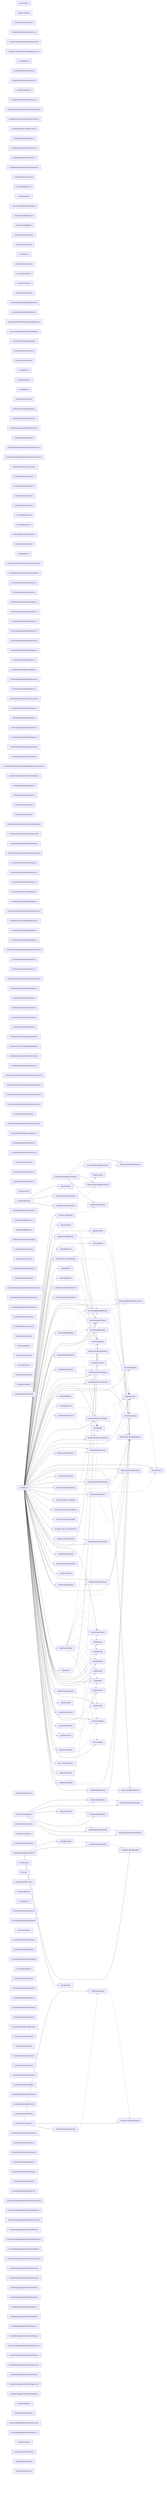
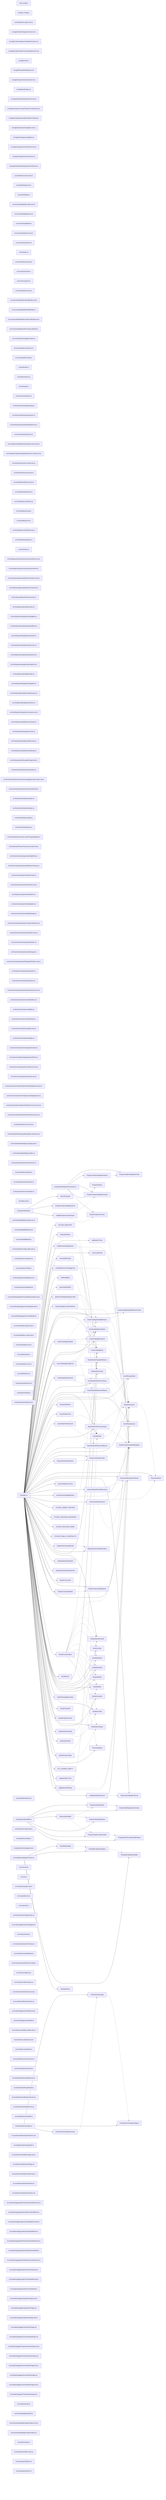
graph LR
  module_knip_config_ts["knip.config.ts"]
  module_paradox_config_ts["paradox.config.ts"]
  module_src_ankhAdmin_public_test_ts["src/ankhAdmin.public.test.ts"]
  module_src_app_CreateCategoriesScreen_tsx["src/app/CreateCategoriesScreen.tsx"]
  module_src_app_CreateCategoryTemplatesScreen_tsx["src/app/CreateCategoryTemplatesScreen.tsx"]
  module_src_app_CreateProjectFromTemplateScreen_tsx["src/app/CreateProjectFromTemplateScreen.tsx"]
  module_src_app_index_ts["src/app/index.ts"]
  module_src_app_ProjectDetailScreen_tsx["src/app/ProjectDetailScreen.tsx"]
  module_src_app_ProjectsOverviewScreen_tsx["src/app/ProjectsOverviewScreen.tsx"]
  module_src_app_StudioApp_tsx["src/app/StudioApp.tsx"]
  module_src_app_studioWorkspaceRoutes_test_ts["src/app/studioWorkspaceRoutes.test.ts"]
  module_src_app_workspace_createProjectFormState_test_ts["src/app/workspace/createProjectFormState.test.ts"]
  module_src_app_workspace_createProjectFormState_ts["src/app/workspace/createProjectFormState.ts"]
  module_src_app_workspace_navigation_test_ts["src/app/workspace/navigation.test.ts"]
  module_src_app_workspace_navigation_ts["src/app/workspace/navigation.ts"]
  module_src_app_workspace_routeParams_test_ts["src/app/workspace/routeParams.test.ts"]
  module_src_app_workspace_routeParams_ts["src/app/workspace/routeParams.ts"]
  module_src_app_workspace_WorkspacePrimitives_tsx["src/app/workspace/WorkspacePrimitives.tsx"]
  module_src_authFlowContract_test_ts["src/authFlowContract.test.ts"]
  module_src_authSettings_test_ts["src/authSettings.test.ts"]
  module_src_authSettings_ts["src/authSettings.ts"]
  module_src_canvasDragModel_public_test_ts["src/canvasDragModel.public.test.ts"]
  module_src_canvasDragModel_test_ts["src/canvasDragModel.test.ts"]
  module_src_canvasDragModel_ts["src/canvasDragModel.ts"]
  module_src_canvasDropZones_test_ts["src/canvasDropZones.test.ts"]
  module_src_canvasDropZones_ts["src/canvasDropZones.ts"]
  module_src_cli_index_ts["src/cli/index.ts"]
  module_src_contractGuards_test_ts["src/contractGuards.test.ts"]
  module_src_contractGuards_ts["src/contractGuards.ts"]
  module_src_core_constants_ts["src/core/constants.ts"]
  module_src_core_StudioContext_ts["src/core/StudioContext.ts"]
  module_src_core_studioManifestDraftModel_test_ts["src/core/studioManifestDraftModel.test.ts"]
  module_src_core_studioManifestDraftModel_ts["src/core/studioManifestDraftModel.ts"]
  module_src_core_studioManifestPersistenceModel_test_ts["src/core/studioManifestPersistenceModel.test.ts"]
  module_src_core_studioManifestPersistenceModel_ts["src/core/studioManifestPersistenceModel.ts"]
  module_src_core_studioPackageBoundary_ts["src/core/studioPackageBoundary.ts"]
  module_src_core_StudioProvider_test_ts["src/core/StudioProvider.test.ts"]
  module_src_core_StudioProvider_ts["src/core/StudioProvider.ts"]
  module_src_dnd_index_ts["src/dnd/index.ts"]
  module_src_dnd_primitives_ts["src/dnd/primitives.ts"]
  module_src_dnd_state_ts["src/dnd/state.ts"]
  module_src_hooks_useProjects_ts["src/hooks/useProjects.ts"]
  module_src_hooks_useTemplateCatalog_ts["src/hooks/useTemplateCatalog.ts"]
  module_src_hooks_useWorkspaceActions_ts["src/hooks/useWorkspaceActions.ts"]
  module_src_host_auth_projectAuthHealthService_ts["src/host/auth/projectAuthHealthService.ts"]
  module_src_host_createStudioHost_ts["src/host/createStudioHost.ts"]
  module_src_host_generatedAdminExpoWeb_smoke_test_ts["src/host/generatedAdminExpoWeb.smoke.test.ts"]
  module_src_host_generatedAuthAdapterRuntime_smoke_test_ts["src/host/generatedAuthAdapterRuntime.smoke.test.ts"]
  module_src_host_hostLifecycle_smoke_test_ts["src/host/hostLifecycle.smoke.test.ts"]
  module_src_host_hostOwnership_test_ts["src/host/hostOwnership.test.ts"]
  module_src_host_http_authRoutes_test_ts["src/host/http/authRoutes.test.ts"]
  module_src_host_http_authRoutes_ts["src/host/http/authRoutes.ts"]
  module_src_host_http_secretRoutes_ts["src/host/http/secretRoutes.ts"]
  module_src_host_http_security_ts["src/host/http/security.ts"]
  module_src_host_http_server_ts["src/host/http/server.ts"]
  module_src_host_http_serverWithSecrets_ts["src/host/http/serverWithSecrets.ts"]
  module_src_host_http_standalone_ts["src/host/http/standalone.ts"]
  module_src_host_index_ts["src/host/index.ts"]
  module_src_host_layout_auth_resolveAuthLayoutPlan_test_ts["src/host/layout/auth/resolveAuthLayoutPlan.test.ts"]
  module_src_host_layout_auth_resolveAuthLayoutPlan_ts["src/host/layout/auth/resolveAuthLayoutPlan.ts"]
+   module_src_host_layout_generatedImportComposer_test_ts["src/host/layout/generatedImportComposer.test.ts"]
+   module_src_host_layout_generatedImportComposer_ts["src/host/layout/generatedImportComposer.ts"]
  module_src_host_layout_layoutGenerator_test_ts["src/host/layout/layoutGenerator.test.ts"]
  module_src_host_layout_layoutGenerator_ts["src/host/layout/layoutGenerator.ts"]
  module_src_host_layout_templates_auth_adapter_ts["src/host/layout/templates/auth/adapter.ts"]
  module_src_host_layout_templates_auth_callback_ts["src/host/layout/templates/auth/callback.ts"]
  module_src_host_layout_templates_auth_oauth_ts["src/host/layout/templates/auth/oauth.ts"]
  module_src_host_layout_templates_auth_screen_ts["src/host/layout/templates/auth/screen.ts"]
  module_src_host_layout_templates_auth_session_ts["src/host/layout/templates/auth/session.ts"]
  module_src_host_layout_templates_auth_signOut_ts["src/host/layout/templates/auth/signOut.ts"]
  module_src_host_layout_templates_index_ts["src/host/layout/templates/index.ts"]
  module_src_host_layout_templates_navigation_ts["src/host/layout/templates/navigation.ts"]
  module_src_host_layout_templates_nestedLayout_ts["src/host/layout/templates/nestedLayout.ts"]
  module_src_host_layout_templates_redirect_ts["src/host/layout/templates/redirect.ts"]
  module_src_host_layout_templates_rootLayout_test_ts["src/host/layout/templates/rootLayout.test.ts"]
  module_src_host_layout_templates_rootLayout_ts["src/host/layout/templates/rootLayout.ts"]
  module_src_host_layout_templates_screen_ts["src/host/layout/templates/screen.ts"]
  module_src_host_layout_templates_utils_routes_ts["src/host/layout/templates/utils/routes.ts"]
  module_src_host_layout_templates_utils_strings_ts["src/host/layout/templates/utils/strings.ts"]
  module_src_host_layout_utils_escapeStringLiteral_ts["src/host/layout/utils/escapeStringLiteral.ts"]
  module_src_host_manifestSystem_auth_index_ts["src/host/manifestSystem/auth/index.ts"]
  module_src_host_manifestSystem_auth_shared_global_auth_system_tpl_ts["src/host/manifestSystem/auth/shared/global.auth.system.tpl.ts"]
  module_src_host_manifestSystem_auth_shared_index_ts["src/host/manifestSystem/auth/shared/index.ts"]
  module_src_host_manifestSystem_index_ts["src/host/manifestSystem/index.ts"]
  module_src_host_manifestSystem_types_ts["src/host/manifestSystem/types.ts"]
  module_src_host_modules_catalog_ts["src/host/modules/catalog.ts"]
  module_src_host_modules_layout_ts["src/host/modules/layout.ts"]
  module_src_host_modules_runtime_LocalFsTargetAdapter_ts["src/host/modules/runtime/LocalFsTargetAdapter.ts"]
  module_src_host_oauthFixtureConsumer_smoke_test_ts["src/host/oauthFixtureConsumer.smoke.test.ts"]
  module_src_host_orchestrator_generatedAppFiles_ts["src/host/orchestrator/generatedAppFiles.ts"]
  module_src_host_orchestrator_generatedRouteCleanup_ts["src/host/orchestrator/generatedRouteCleanup.ts"]
  module_src_host_orchestrator_infraGenerator_ts["src/host/orchestrator/infraGenerator.ts"]
  module_src_host_orchestrator_infraRuntime_test_ts["src/host/orchestrator/infraRuntime.test.ts"]
  module_src_host_orchestrator_infraRuntime_ts["src/host/orchestrator/infraRuntime.ts"]
  module_src_host_orchestrator_infraValidation_ts["src/host/orchestrator/infraValidation.ts"]
  module_src_host_orchestrator_moduleManager_ts["src/host/orchestrator/moduleManager.ts"]
  module_src_host_orchestrator_projectCreationSafety_test_ts["src/host/orchestrator/projectCreationSafety.test.ts"]
  module_src_host_orchestrator_projectDeletion_test_ts["src/host/orchestrator/projectDeletion.test.ts"]
  module_src_host_orchestrator_projectDeletion_ts["src/host/orchestrator/projectDeletion.ts"]
  module_src_host_orchestrator_projectManager_ts["src/host/orchestrator/projectManager.ts"]
  module_src_host_orchestrator_projectManagerDeletion_test_ts["src/host/orchestrator/projectManagerDeletion.test.ts"]
  module_src_host_orchestrator_projectPaths_ts["src/host/orchestrator/projectPaths.ts"]
  module_src_host_orchestrator_projectStore_ts["src/host/orchestrator/projectStore.ts"]
  module_src_host_orchestrator_projectStoreSummary_test_ts["src/host/orchestrator/projectStoreSummary.test.ts"]
  module_src_host_orchestrator_resolveMutations_ts["src/host/orchestrator/resolveMutations.ts"]
  module_src_host_orchestrator_scaffolder_ts["src/host/orchestrator/scaffolder.ts"]
  module_src_host_orchestrator_studioInfraUp_ts["src/host/orchestrator/studioInfraUp.ts"]
  module_src_host_orchestrator_templates_test_ts["src/host/orchestrator/templates.test.ts"]
  module_src_host_orchestrator_templates_ts["src/host/orchestrator/templates.ts"]
  module_src_host_orchestrator_workspaceRuntime_ts["src/host/orchestrator/workspaceRuntime.ts"]
  module_src_host_secrets_bunSupabaseVaultClient_ts["src/host/secrets/bunSupabaseVaultClient.ts"]
  module_src_host_secrets_projectSecretService_test_ts["src/host/secrets/projectSecretService.test.ts"]
  module_src_host_secrets_projectSecretService_ts["src/host/secrets/projectSecretService.ts"]
  module_src_host_secrets_resolveProjectSecretDatabaseUrl_test_ts["src/host/secrets/resolveProjectSecretDatabaseUrl.test.ts"]
  module_src_host_secrets_resolveProjectSecretDatabaseUrl_ts["src/host/secrets/resolveProjectSecretDatabaseUrl.ts"]
  module_src_host_secrets_trustedOAuthInfraEnvironment_test_ts["src/host/secrets/trustedOAuthInfraEnvironment.test.ts"]
  module_src_host_secrets_trustedOAuthInfraEnvironment_ts["src/host/secrets/trustedOAuthInfraEnvironment.ts"]
  module_src_host_studioInfra_e2e_test_ts["src/host/studioInfra.e2e.test.ts"]
  module_src_host_studioWorkspaceExpoWeb_smoke_test_ts["src/host/studioWorkspaceExpoWeb.smoke.test.ts"]
  module_src_host_templateRegistry_catalog_test_ts["src/host/templateRegistry/catalog.test.ts"]
  module_src_host_templateRegistry_index_ts["src/host/templateRegistry/index.ts"]
  module_src_host_utils_requirementsInference_ts["src/host/utils/requirementsInference.ts"]
  module_src_host_utils_trimOutput_ts["src/host/utils/trimOutput.ts"]
  module_src_host_utils_workspaceRoot_ts["src/host/utils/workspaceRoot.ts"]
  module_src_host_zoraExtensions_index_ts["src/host/zoraExtensions/index.ts"]
  module_src_index_test_ts["src/index.test.ts"]
  module_src_index_ts["src/index.ts"]
  module_src_insertModalModel_public_test_ts["src/insertModalModel.public.test.ts"]
  module_src_insertModalModel_test_ts["src/insertModalModel.test.ts"]
  module_src_insertModalModel_ts["src/insertModalModel.ts"]
  module_src_localizationConfig_public_test_ts["src/localizationConfig.public.test.ts"]
  module_src_localizationConfig_test_ts["src/localizationConfig.test.ts"]
  module_src_localizationConfig_ts["src/localizationConfig.ts"]
  module_src_localizationPanelModel_test_ts["src/localizationPanelModel.test.ts"]
  module_src_localizationPanelModel_ts["src/localizationPanelModel.ts"]
  module_src_manifestNavigatorPreviewModel_public_test_ts["src/manifestNavigatorPreviewModel.public.test.ts"]
  module_src_manifestNavigatorPreviewModel_test_ts["src/manifestNavigatorPreviewModel.test.ts"]
  module_src_manifestNavigatorPreviewModel_ts["src/manifestNavigatorPreviewModel.ts"]
  module_src_manifestState_public_test_ts["src/manifestState.public.test.ts"]
  module_src_manifestState_routes_test_ts["src/manifestState.routes.test.ts"]
  module_src_manifestState_test_ts["src/manifestState.test.ts"]
  module_src_manifestState_ts["src/manifestState.ts"]
  module_src_manifestSync_test_ts["src/manifestSync.test.ts"]
  module_src_manifestSync_ts["src/manifestSync.ts"]
  module_src_projectAuthApi_test_ts["src/projectAuthApi.test.ts"]
  module_src_projectAuthApi_ts["src/projectAuthApi.ts"]
  module_src_projectAuthHealth_test_ts["src/projectAuthHealth.test.ts"]
  module_src_projectAuthHealth_ts["src/projectAuthHealth.ts"]
  module_src_projectIdentity_test_ts["src/projectIdentity.test.ts"]
  module_src_projectIdentity_ts["src/projectIdentity.ts"]
  module_src_projectSecretApi_test_ts["src/projectSecretApi.test.ts"]
  module_src_projectSecretApi_ts["src/projectSecretApi.ts"]
  module_src_projectSecretUsage_test_ts["src/projectSecretUsage.test.ts"]
  module_src_projectSecretUsage_ts["src/projectSecretUsage.ts"]
  module_src_projectWorkspaceContracts_ts["src/projectWorkspaceContracts.ts"]
  module_src_root_test_ts["src/root.test.ts"]
  module_src_root_ts["src/root.ts"]
  module_src_routeUtils_public_test_ts["src/routeUtils.public.test.ts"]
  module_src_routeUtils_test_ts["src/routeUtils.test.ts"]
  module_src_routeUtils_ts["src/routeUtils.ts"]
  module_src_runtime_actionSuppression_ts["src/runtime/actionSuppression.ts"]
  module_src_runtime_appExtensionRegistry_ts["src/runtime/appExtensionRegistry.ts"]
  module_src_runtime_index_ts["src/runtime/index.ts"]
  module_src_runtime_localizationPreview_ts["src/runtime/localizationPreview.ts"]
  module_src_runtime_previewRegistry_ts["src/runtime/previewRegistry.ts"]
  module_src_runtime_previewRuntimeConfig_ts["src/runtime/previewRuntimeConfig.ts"]
  module_src_runtime_registry_tsx["src/runtime/registry.tsx"]
  module_src_runtime_runtimeActions_ts["src/runtime/runtimeActions.ts"]
  module_src_runtime_runtimeSurface_test_ts["src/runtime/runtimeSurface.test.ts"]
  module_src_runtime_useRuntimeAction_ts["src/runtime/useRuntimeAction.ts"]
  module_src_runtimeDiagnosticsModel_test_ts["src/runtimeDiagnosticsModel.test.ts"]
  module_src_runtimeDiagnosticsModel_ts["src/runtimeDiagnosticsModel.ts"]
  module_src_runtimeLocalization_public_test_ts["src/runtimeLocalization.public.test.ts"]
  module_src_runtimeLocalization_test_ts["src/runtimeLocalization.test.ts"]
  module_src_runtimeLocalization_ts["src/runtimeLocalization.ts"]
  module_src_secretResponseGuard_test_ts["src/secretResponseGuard.test.ts"]
  module_src_secretResponseGuard_ts["src/secretResponseGuard.ts"]
  module_src_studioAdminRouteModel_test_ts["src/studioAdminRouteModel.test.ts"]
  module_src_studioAdminRouteModel_ts["src/studioAdminRouteModel.ts"]
  module_src_studioSelectionModel_knip_test_ts["src/studioSelectionModel.knip.test.ts"]
  module_src_studioSelectionModel_test_ts["src/studioSelectionModel.test.ts"]
  module_src_studioSelectionModel_ts["src/studioSelectionModel.ts"]
  module_src_templateCatalogContracts_ts["src/templateCatalogContracts.ts"]
  module_src_ui_admin_adminPagePrimitives_tsx["src/ui/admin/adminPagePrimitives.tsx"]
  module_src_ui_admin_adminPageUtils_ts["src/ui/admin/adminPageUtils.ts"]
  module_src_ui_admin_AnkhAdminPage_test_ts["src/ui/admin/AnkhAdminPage.test.ts"]
  module_src_ui_admin_AnkhAdminPage_tsx["src/ui/admin/AnkhAdminPage.tsx"]
  module_src_ui_admin_AnkhAdminShell_test_ts["src/ui/admin/AnkhAdminShell.test.ts"]
  module_src_ui_admin_AnkhAdminShell_tsx["src/ui/admin/AnkhAdminShell.tsx"]
  module_src_ui_admin_AuthAdminSession_tsx["src/ui/admin/AuthAdminSession.tsx"]
  module_src_ui_admin_pages_adminAuthCredentialFlow_test_ts["src/ui/admin/pages/adminAuthCredentialFlow.test.ts"]
  module_src_ui_admin_pages_adminAuthCredentialFlow_ts["src/ui/admin/pages/adminAuthCredentialFlow.ts"]
  module_src_ui_admin_pages_adminAuthHealthFlow_test_ts["src/ui/admin/pages/adminAuthHealthFlow.test.ts"]
  module_src_ui_admin_pages_adminAuthHealthFlow_ts["src/ui/admin/pages/adminAuthHealthFlow.ts"]
  module_src_ui_admin_pages_adminAuthSessionModel_test_ts["src/ui/admin/pages/adminAuthSessionModel.test.ts"]
  module_src_ui_admin_pages_adminAuthSessionModel_ts["src/ui/admin/pages/adminAuthSessionModel.ts"]
  module_src_ui_admin_pages_adminDataSourceOperations_ts["src/ui/admin/pages/adminDataSourceOperations.ts"]
  module_src_ui_admin_pages_adminThemeHarmony_ts["src/ui/admin/pages/adminThemeHarmony.ts"]
  module_src_ui_admin_pages_adminThemeModel_test_ts["src/ui/admin/pages/adminThemeModel.test.ts"]
  module_src_ui_admin_pages_adminThemeModel_ts["src/ui/admin/pages/adminThemeModel.ts"]
  module_src_ui_admin_pages_ApisAdminPage_test_ts["src/ui/admin/pages/ApisAdminPage.test.ts"]
  module_src_ui_admin_pages_ApisAdminPage_tsx["src/ui/admin/pages/ApisAdminPage.tsx"]
  module_src_ui_admin_pages_AuthAdminPage_test_ts["src/ui/admin/pages/AuthAdminPage.test.ts"]
  module_src_ui_admin_pages_AuthAdminPage_tsx["src/ui/admin/pages/AuthAdminPage.tsx"]
  module_src_ui_admin_pages_OverviewAdminPage_tsx["src/ui/admin/pages/OverviewAdminPage.tsx"]
  module_src_ui_admin_pages_PropertiesAdminPage_test_ts["src/ui/admin/pages/PropertiesAdminPage.test.ts"]
  module_src_ui_admin_pages_PropertiesAdminPage_tsx["src/ui/admin/pages/PropertiesAdminPage.tsx"]
  module_src_ui_admin_pages_SecretsAdminPage_test_ts["src/ui/admin/pages/SecretsAdminPage.test.ts"]
  module_src_ui_admin_pages_SecretsAdminPage_tsx["src/ui/admin/pages/SecretsAdminPage.tsx"]
  module_src_ui_admin_pages_ThemeAdminPage_test_ts["src/ui/admin/pages/ThemeAdminPage.test.ts"]
  module_src_ui_admin_pages_ThemeAdminPage_tsx["src/ui/admin/pages/ThemeAdminPage.tsx"]
  module_src_ui_AnkhStudio_ts["src/ui/AnkhStudio.ts"]
  module_src_ui_studioAppBarModel_ts["src/ui/studioAppBarModel.ts"]
  module_src_ui_useStudioAppBarAugmentation_test_ts["src/ui/useStudioAppBarAugmentation.test.ts"]
  module_src_ui_useStudioAppBarAugmentation_ts["src/ui/useStudioAppBarAugmentation.ts"]
  module_src_utils_treeUtils_ts["src/utils/treeUtils.ts"]
  module_src_workspacePlatform_test_ts["src/workspacePlatform.test.ts"]
  module_src_workspacePlatform_ts["src/workspacePlatform.ts"]
  module_src_workspaceSearch_ts["src/workspaceSearch.ts"]
  export_ACTION_REGISTRY["ACTION_REGISTRY"]
  module_src_index_ts --> export_ACTION_REGISTRY
  export_ActionDefinition["ActionDefinition"]
  module_src_index_ts --> export_ActionDefinition
  export_ActionDefinition -.-> export_StudioActionPayloadSchema
  export_addNodeToTree["addNodeToTree"]
  module_src_index_ts --> export_addNodeToTree
  export_addNodeToTree -.-> export_StudioComponentMetaRegistry
  export_buildInsertCatalogEntries["buildInsertCatalogEntries"]
  module_src_index_ts --> export_buildInsertCatalogEntries
  export_buildInsertCatalogEntries -.-> export_InsertCatalogEntry
  export_buildInsertCatalogEntries -.-> export_InsertRecipe
  export_buildInsertCatalogEntries -.-> export_StudioComponentMetaRegistry
  export_canAcceptChild["canAcceptChild"]
  module_src_index_ts --> export_canAcceptChild
  export_canAcceptChild -.-> export_StudioComponentMetaRegistry
  export_cloneWithNewIds["cloneWithNewIds"]
  module_src_index_ts --> export_cloneWithNewIds
  export_cloneWithNewIds -.-> export_StudioIdGenerator
  export_createNodeFromCatalogEntry["createNodeFromCatalogEntry"]
  module_src_index_ts --> export_createNodeFromCatalogEntry
  export_createNodeFromCatalogEntry -.-> export_InsertCatalogEntry
  export_createNodeFromCatalogEntry -.-> export_StudioComponentMetaRegistry
  export_createNodeFromCatalogEntry -.-> export_StudioIdGenerator
  export_deriveProjectId["deriveProjectId"]
  module_src_projectIdentity_ts --> export_deriveProjectId
  export_findNodeById["findNodeById"]
  module_src_index_ts --> export_findNodeById
  export_generateStudioId["generateStudioId"]
  module_src_index_ts --> export_generateStudioId
  export_getInsertCatalogCategoryLabel["getInsertCatalogCategoryLabel"]
  module_src_index_ts --> export_getInsertCatalogCategoryLabel
  export_InsertCatalogComponentEntry["InsertCatalogComponentEntry"]
  module_src_index_ts --> export_InsertCatalogComponentEntry
  export_InsertCatalogComponentEntry -.-> export_InsertCatalogDisabledReason
  export_InsertCatalogComponentEntry -.-> export_InsertCatalogEntryStatus
  export_InsertCatalogComponentEntry -.-> export_NodePlacement
  export_InsertCatalogDisabledReason["InsertCatalogDisabledReason"]
  module_src_index_ts --> export_InsertCatalogDisabledReason
  export_InsertCatalogDisabledReason -.-> export_InsertCatalogDisabledReasonCode
  export_InsertCatalogDisabledReason -.-> export_InsertRecipeIssue
  export_InsertCatalogDisabledReasonCode["InsertCatalogDisabledReasonCode"]
  module_src_index_ts --> export_InsertCatalogDisabledReasonCode
  export_InsertCatalogEntry["InsertCatalogEntry"]
  module_src_index_ts --> export_InsertCatalogEntry
  export_InsertCatalogEntryBase["InsertCatalogEntryBase"]
  module_src_index_ts --> export_InsertCatalogEntryBase
  export_InsertCatalogEntryBase -.-> export_InsertCatalogDisabledReason
  export_InsertCatalogEntryBase -.-> export_InsertCatalogEntryKind
  export_InsertCatalogEntryBase -.-> export_InsertCatalogEntryStatus
  export_InsertCatalogEntryBase -.-> export_NodePlacement
  export_InsertCatalogEntryKind["InsertCatalogEntryKind"]
  module_src_index_ts --> export_InsertCatalogEntryKind
  export_InsertCatalogEntryStatus["InsertCatalogEntryStatus"]
  module_src_index_ts --> export_InsertCatalogEntryStatus
  export_InsertCatalogRecipeEntry["InsertCatalogRecipeEntry"]
  module_src_index_ts --> export_InsertCatalogRecipeEntry
  export_InsertCatalogRecipeEntry -.-> export_InsertCatalogDisabledReason
  export_InsertCatalogRecipeEntry -.-> export_InsertCatalogEntryStatus
  export_InsertCatalogRecipeEntry -.-> export_InsertRecipe
  export_InsertCatalogRecipeEntry -.-> export_NodePlacement
  export_insertNodeAtPlacement["insertNodeAtPlacement"]
  module_src_index_ts --> export_insertNodeAtPlacement
  export_insertNodeAtPlacement -.-> export_InsertNodeAtPlacementArgs
  export_insertNodeAtPlacement -.-> export_InsertNodeAtPlacementResult
  export_InsertNodeAtPlacementArgs["InsertNodeAtPlacementArgs"]
  module_src_index_ts --> export_InsertNodeAtPlacementArgs
  export_InsertNodeAtPlacementArgs -.-> export_NodePlacement
  export_InsertNodeAtPlacementArgs -.-> export_StudioComponentMetaRegistry
  export_InsertNodeAtPlacementResult["InsertNodeAtPlacementResult"]
  module_src_index_ts --> export_InsertNodeAtPlacementResult
  export_InsertRecipe["InsertRecipe"]
  module_src_index_ts --> export_InsertRecipe
  export_InsertRecipe -.-> export_InsertRecipeNode
  export_InsertRecipeIssue["InsertRecipeIssue"]
  module_src_index_ts --> export_InsertRecipeIssue
  export_InsertRecipeNode["InsertRecipeNode"]
  module_src_index_ts --> export_InsertRecipeNode
  export_ModuleDefinition["ModuleDefinition"]
  module_src_index_ts --> export_ModuleDefinition
  export_moveNodeInTree["moveNodeInTree"]
  module_src_index_ts --> export_moveNodeInTree
  export_moveNodeToPlacement["moveNodeToPlacement"]
  module_src_index_ts --> export_moveNodeToPlacement
  export_moveNodeToPlacement -.-> export_MoveNodeToPlacementArgs
  export_moveNodeToPlacement -.-> export_MoveNodeToPlacementResult
  export_MoveNodeToPlacementArgs["MoveNodeToPlacementArgs"]
  module_src_index_ts --> export_MoveNodeToPlacementArgs
  export_MoveNodeToPlacementArgs -.-> export_NodePlacement
  export_MoveNodeToPlacementArgs -.-> export_StudioComponentMetaRegistry
  export_MoveNodeToPlacementResult["MoveNodeToPlacementResult"]
  module_src_index_ts --> export_MoveNodeToPlacementResult
  export_NodePlacement["NodePlacement"]
  module_src_index_ts --> export_NodePlacement
  export_NodePlacement -.-> export_PlacementKind
  export_PlacementFailureCode["PlacementFailureCode"]
  module_src_index_ts --> export_PlacementFailureCode
  export_PlacementFailureReason["PlacementFailureReason"]
  module_src_index_ts --> export_PlacementFailureReason
  export_PlacementFailureReason -.-> export_PlacementFailureCode
  export_PlacementKind["PlacementKind"]
  module_src_index_ts --> export_PlacementKind
  export_PlacementResolutionResult["PlacementResolutionResult"]
  module_src_index_ts --> export_PlacementResolutionResult
  export_PlacementValidationResult["PlacementValidationResult"]
  module_src_index_ts --> export_PlacementValidationResult
  export_ProjectAuthDiagnostic["ProjectAuthDiagnostic"]
  module_src_projectAuthHealth_ts --> export_ProjectAuthDiagnostic
  export_ProjectAuthDiagnostic -.-> export_ProjectAuthDiagnosticSeverity
  export_ProjectAuthDiagnosticSeverity["ProjectAuthDiagnosticSeverity"]
  module_src_projectAuthHealth_ts --> export_ProjectAuthDiagnosticSeverity
  export_ProjectAuthHealth["ProjectAuthHealth"]
  module_src_projectAuthHealth_ts --> export_ProjectAuthHealth
  export_ProjectAuthHealth -.-> export_ProjectAuthDiagnostic
  export_ProjectAuthHealth -.-> export_ProjectAuthHealthStatus
  export_ProjectAuthHealth -.-> export_ProjectOAuthProviderHealth
  export_ProjectAuthHealthStatus["ProjectAuthHealthStatus"]
  module_src_projectAuthHealth_ts --> export_ProjectAuthHealthStatus
  export_ProjectCreationValidationCode["ProjectCreationValidationCode"]
  module_src_projectWorkspaceContracts_ts --> export_ProjectCreationValidationCode
  export_ProjectCreationValidationError["ProjectCreationValidationError"]
  module_src_projectIdentity_ts --> export_ProjectCreationValidationError
  export_ProjectCreationValidationFailure["ProjectCreationValidationFailure"]
  module_src_projectWorkspaceContracts_ts --> export_ProjectCreationValidationFailure
  export_ProjectCreationValidationFailure -.-> export_ProjectCreationValidationCode
  export_ProjectCreationValidationResult["ProjectCreationValidationResult"]
  module_src_projectWorkspaceContracts_ts --> export_ProjectCreationValidationResult
  export_ProjectOAuthProviderHealth["ProjectOAuthProviderHealth"]
  module_src_projectAuthHealth_ts --> export_ProjectOAuthProviderHealth
  export_ProjectOAuthProviderHealth -.-> export_ProjectOAuthProviderHealthStatus
  export_ProjectOAuthProviderHealthStatus["ProjectOAuthProviderHealthStatus"]
  module_src_projectAuthHealth_ts --> export_ProjectOAuthProviderHealthStatus
  export_ProjectSecretUsage["ProjectSecretUsage"]
  module_src_projectSecretUsage_ts --> export_ProjectSecretUsage
  export_ProjectSecretUsage -.-> export_ProjectSecretUsageCategory
  export_ProjectSecretUsageCategory["ProjectSecretUsageCategory"]
  module_src_projectSecretUsage_ts --> export_ProjectSecretUsageCategory
  export_ProjectSecretUsageSummary["ProjectSecretUsageSummary"]
  module_src_projectSecretUsage_ts --> export_ProjectSecretUsageSummary
  export_ProjectSecretUsageSummary -.-> export_ProjectSecretUsage
  export_ProjectSortKey["ProjectSortKey"]
  module_src_projectWorkspaceContracts_ts --> export_ProjectSortKey
  export_removeNodeFromTree["removeNodeFromTree"]
  module_src_index_ts --> export_removeNodeFromTree
  export_resolveDefaultInsertPlacement["resolveDefaultInsertPlacement"]
  module_src_index_ts --> export_resolveDefaultInsertPlacement
  export_resolveDefaultInsertPlacement -.-> export_PlacementResolutionResult
  export_resolveDefaultInsertPlacement -.-> export_StudioComponentMetaRegistry
  export_resolveInsertCatalogEntries["resolveInsertCatalogEntries"]
  module_src_index_ts --> export_resolveInsertCatalogEntries
  export_resolveInsertCatalogEntries -.-> export_InsertCatalogEntry
  export_resolveInsertCatalogEntries -.-> export_StudioComponentMetaRegistry
  export_resolveInsertPlacement["resolveInsertPlacement"]
  module_src_index_ts --> export_resolveInsertPlacement
  export_resolveInsertPlacement -.-> export_PlacementKind
  export_resolveInsertPlacement -.-> export_PlacementResolutionResult
  export_resolveInsertPlacement -.-> export_StudioComponentMetaRegistry
  export_STUDIO_INSERT_RECIPES["STUDIO_INSERT_RECIPES"]
  module_src_index_ts --> export_STUDIO_INSERT_RECIPES
  export_STUDIO_PACKAGE_BOUNDARY["STUDIO_PACKAGE_BOUNDARY"]
  module_src_index_ts --> export_STUDIO_PACKAGE_BOUNDARY
  export_STUDIO_PACKAGE_NAME["STUDIO_PACKAGE_NAME"]
  module_src_index_ts --> export_STUDIO_PACKAGE_NAME
  export_STUDIO_PUBLIC_CONTRACTS["STUDIO_PUBLIC_CONTRACTS"]
  module_src_index_ts --> export_STUDIO_PUBLIC_CONTRACTS
  export_StudioActionPayloadField["StudioActionPayloadField"]
  module_src_index_ts --> export_StudioActionPayloadField
  export_StudioActionPayloadField -.-> export_StudioActionPayloadPrimitive
  export_StudioActionPayloadPrimitive["StudioActionPayloadPrimitive"]
  module_src_index_ts --> export_StudioActionPayloadPrimitive
  export_StudioActionPayloadSchema["StudioActionPayloadSchema"]
  module_src_index_ts --> export_StudioActionPayloadSchema
  export_StudioAdminRouteId["StudioAdminRouteId"]
  module_src_index_ts --> export_StudioAdminRouteId
  export_StudioAdminRoutePath["StudioAdminRoutePath"]
  module_src_index_ts --> export_StudioAdminRoutePath
  export_StudioAdminStaticRoutePath["StudioAdminStaticRoutePath"]
  module_src_index_ts --> export_StudioAdminStaticRoutePath
  export_StudioCommand["StudioCommand"]
  module_src_index_ts --> export_StudioCommand
  export_StudioComponentBlueprint["StudioComponentBlueprint"]
  module_src_index_ts --> export_StudioComponentBlueprint
  export_StudioComponentMeta["StudioComponentMeta"]
  module_src_index_ts --> export_StudioComponentMeta
  export_StudioComponentMeta -.-> export_StudioComponentBlueprint
  export_StudioComponentMetaRegistry["StudioComponentMetaRegistry"]
  module_src_index_ts --> export_StudioComponentMetaRegistry
  export_StudioContextValue["StudioContextValue"]
  module_src_index_ts --> export_StudioContextValue
  export_StudioContextValue -.-> export_InsertCatalogEntry
  export_StudioContextValue -.-> export_NodePlacement
  export_StudioContextValue -.-> export_StudioAdminRouteId
  export_StudioContextValue -.-> export_StudioLocale
  export_StudioContextValue -.-> export_StudioManifest
  export_StudioContextValue -.-> export_StudioMode
  export_StudioContextValue -.-> export_StudioModuleId
  export_StudioContextValue -.-> export_StudioNodeId
  export_StudioContextValue -.-> export_StudioPanelId
  export_StudioContextValue -.-> export_StudioSaveStatus
  export_StudioContextValue -.-> export_StudioScreenId
  export_StudioContextValue -.-> export_ThemeUpdates
  export_StudioEvent["StudioEvent"]
  module_src_index_ts --> export_StudioEvent
  export_StudioIdGenerator["StudioIdGenerator"]
  module_src_index_ts --> export_StudioIdGenerator
  export_StudioLocale["StudioLocale"]
  module_src_index_ts --> export_StudioLocale
  export_StudioManifest["StudioManifest"]
  module_src_index_ts --> export_StudioManifest
  export_StudioMode["StudioMode"]
  module_src_index_ts --> export_StudioMode
  export_StudioModuleId["StudioModuleId"]
  module_src_index_ts --> export_StudioModuleId
  export_StudioNodeId["StudioNodeId"]
  module_src_index_ts --> export_StudioNodeId
  export_StudioPackageBoundary["StudioPackageBoundary"]
  module_src_index_ts --> export_StudioPackageBoundary
  export_StudioPanelId["StudioPanelId"]
  module_src_index_ts --> export_StudioPanelId
  export_StudioProjectId["StudioProjectId"]
  module_src_index_ts --> export_StudioProjectId
  export_StudioProjectSummary["StudioProjectSummary"]
  module_src_projectWorkspaceContracts_ts --> export_StudioProjectSummary
  export_StudioPublicContract["StudioPublicContract"]
  module_src_index_ts --> export_StudioPublicContract
  export_StudioSaveStatus["StudioSaveStatus"]
  module_src_index_ts --> export_StudioSaveStatus
  export_StudioScreenId["StudioScreenId"]
  module_src_index_ts --> export_StudioScreenId
  export_StudioSelectionState["StudioSelectionState"]
  module_src_index_ts --> export_StudioSelectionState
  export_StudioSelectionState -.-> export_StudioAdminRouteId
  export_StudioSelectionState -.-> export_StudioPanelId
  export_StudioSessionId["StudioSessionId"]
  module_src_index_ts --> export_StudioSessionId
  export_StudioSessionState["StudioSessionState"]
  module_src_index_ts --> export_StudioSessionState
  export_StudioSessionState -.-> export_StudioMode
  export_StudioSessionState -.-> export_StudioSaveStatus
  export_TemplateCatalog["TemplateCatalog"]
  module_src_templateCatalogContracts_ts --> export_TemplateCatalog
  export_TemplateCatalog -.-> export_TemplateCatalogCategory
  export_TemplateCatalogCategory["TemplateCatalogCategory"]
  module_src_templateCatalogContracts_ts --> export_TemplateCatalogCategory
  export_TemplateCatalogCategory -.-> export_TemplateCatalogTemplate
  export_TemplateCatalogTemplate["TemplateCatalogTemplate"]
  module_src_templateCatalogContracts_ts --> export_TemplateCatalogTemplate
  export_TemplateEntry["TemplateEntry"]
  module_src_templateCatalogContracts_ts --> export_TemplateEntry
  export_ThemeUpdates["ThemeUpdates"]
  module_src_index_ts --> export_ThemeUpdates
  export_TPL_SCREEN_EMPTY["TPL_SCREEN_EMPTY"]
  module_src_index_ts --> export_TPL_SCREEN_EMPTY
  export_updateNodeInTree["updateNodeInTree"]
  module_src_index_ts --> export_updateNodeInTree
  export_validateInsertRecipe["validateInsertRecipe"]
  module_src_index_ts --> export_validateInsertRecipe
  export_validateInsertRecipe -.-> export_InsertRecipe
  export_validateInsertRecipe -.-> export_InsertRecipeIssue
  export_validateInsertRecipe -.-> export_StudioComponentMetaRegistry
  export_validateNodePlacement["validateNodePlacement"]
  module_src_index_ts --> export_validateNodePlacement
  export_validateNodePlacement -.-> export_NodePlacement
  export_validateNodePlacement -.-> export_PlacementValidationResult
  export_validateNodePlacement -.-> export_StudioComponentMetaRegistry
  export_validateProjectCreationInput["validateProjectCreationInput"]
  module_src_projectIdentity_ts --> export_validateProjectCreationInput
  export_validateProjectCreationInput -.-> export_ProjectCreationValidationResult
  export_validateProjectCreationInput -.-> export_StudioProjectSummary
